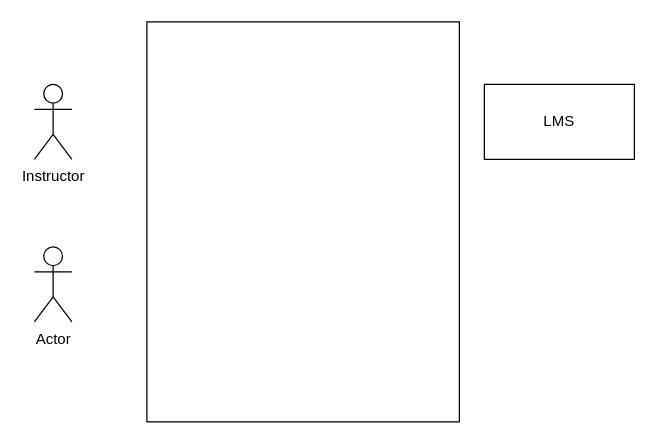
antonykimuom/SWEN30006-2025-SM1-workshop1-tuew05-14-00-team-12 keeps this draw.io diagram as domain_model_Workshop_2.drawio. Above is the earlier version. Source tidied: cells renumbered, new cells numbered last; positions are measured from the earlier drawing's top-left corner, leaving out a move shared by most shapes. Both pictures are drawn from the tidied source at 125%, with x=0, y=0 at pixel (34, 21).
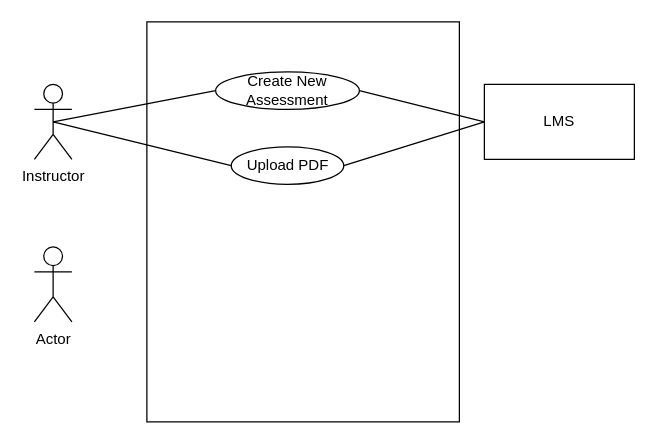
The same diagram, later.

Commit message:
PDFs and assessment

What changed in the source:
```diff
@@
 <mxGraphModel>
   <root>
     <mxCell id="0" />
     <mxCell id="1" parent="0" />
     <mxCell id="2" style="rounded=0;whiteSpace=wrap;html=1;" parent="1" vertex="1">
       <mxGeometry x="90" width="250" height="320" as="geometry" />
     </mxCell>
     <mxCell id="3" value="Instructor" style="shape=umlActor;verticalLabelPosition=bottom;verticalAlign=top;html=1;outlineConnect=0;" parent="1" vertex="1">
       <mxGeometry y="50" width="30" height="60" as="geometry" />
     </mxCell>
     <mxCell id="4" value="Actor" style="shape=umlActor;verticalLabelPosition=bottom;verticalAlign=top;html=1;" parent="1" vertex="1">
       <mxGeometry y="180" width="30" height="60" as="geometry" />
     </mxCell>
     <mxCell id="5" value="LMS" style="rounded=0;whiteSpace=wrap;html=1;" parent="1" vertex="1">
       <mxGeometry x="360" y="50" width="120" height="60" as="geometry" />
     </mxCell>
+    <mxCell id="6" value="Create New Assessment" style="ellipse;whiteSpace=wrap;html=1;" parent="1" vertex="1">
+      <mxGeometry x="145" y="40" width="115" height="30" as="geometry" />
+    </mxCell>
+    <mxCell id="7" value="Upload PDF" style="ellipse;whiteSpace=wrap;html=1;" parent="1" vertex="1">
+      <mxGeometry x="157.5" y="100" width="90" height="30" as="geometry" />
+    </mxCell>
+    <mxCell id="8" style="endArrow=none;html=1;rounded=0;exitX=0.5;exitY=0.5;exitDx=0;exitDy=0;exitPerimeter=0;entryX=0;entryY=0.5;entryDx=0;entryDy=0;" parent="1" edge="1" source="3" target="6">
+      <mxGeometry relative="1" as="geometry" />
+    </mxCell>
+    <mxCell id="9" style="endArrow=none;html=1;rounded=0;entryX=0;entryY=0.5;entryDx=0;entryDy=0;exitX=0.5;exitY=0.5;exitDx=0;exitDy=0;exitPerimeter=0;" parent="1" edge="1" source="3" target="7">
+      <mxGeometry relative="1" as="geometry" />
+    </mxCell>
+    <mxCell id="10" style="endArrow=none;html=1;rounded=0;exitX=0;exitY=0.5;exitDx=0;exitDy=0;entryX=1;entryY=0.5;entryDx=0;entryDy=0;" parent="1" edge="1" source="5" target="7">
+      <mxGeometry relative="1" as="geometry" />
+    </mxCell>
+    <mxCell id="11" style="endArrow=none;html=1;rounded=0;exitX=0;exitY=0.5;exitDx=0;exitDy=0;entryX=1;entryY=0.5;entryDx=0;entryDy=0;" parent="1" edge="1" source="5" target="6">
+      <mxGeometry relative="1" as="geometry" />
+    </mxCell>
   </root>
 </mxGraphModel>
```
